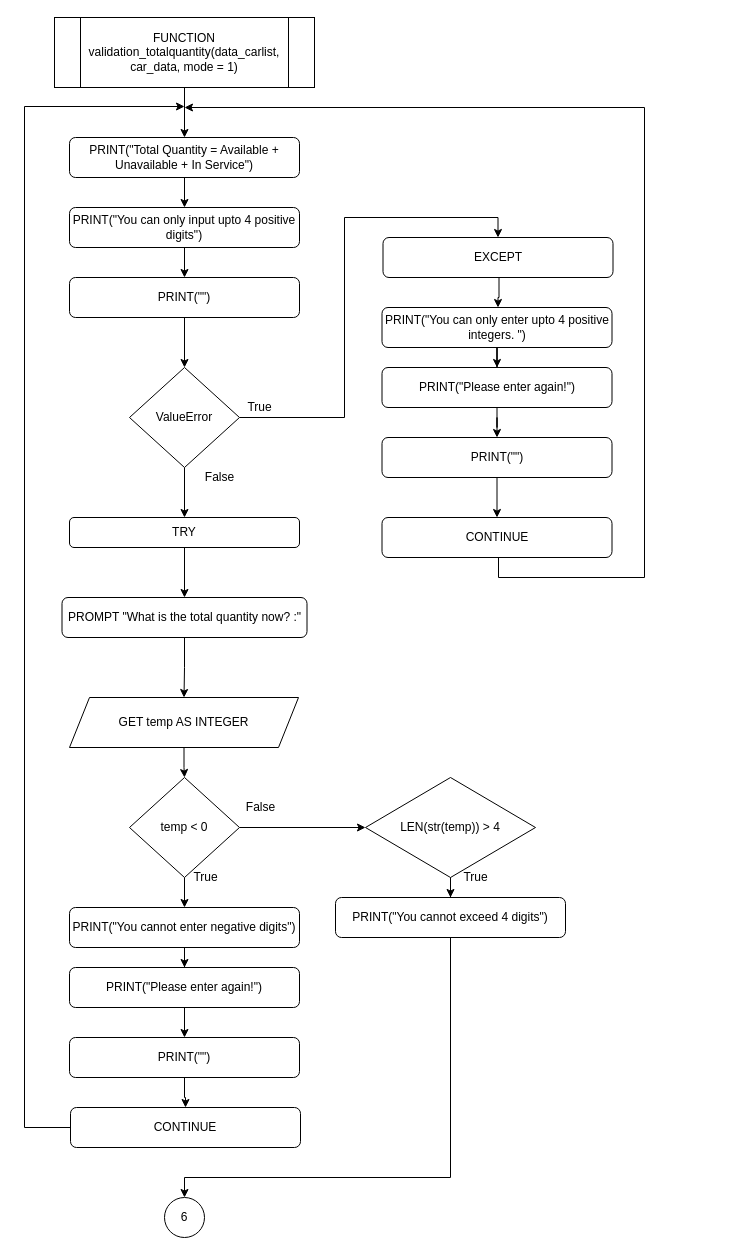
Above: page "Page-1" (1 of 2) of Flowchart/default/validation_totalquantity.drawio in RabbitBear00/Car-Rental-System (draw.io), before the change. Source tidied: cells renumbered, new cells numbered last; positions are measured from the earlier drawing's top-left corner, leaving out a move shared by most shapes. Both pictures are drawn from the tidied source at 100%, with x=0, y=0 at pixel (24, 17).
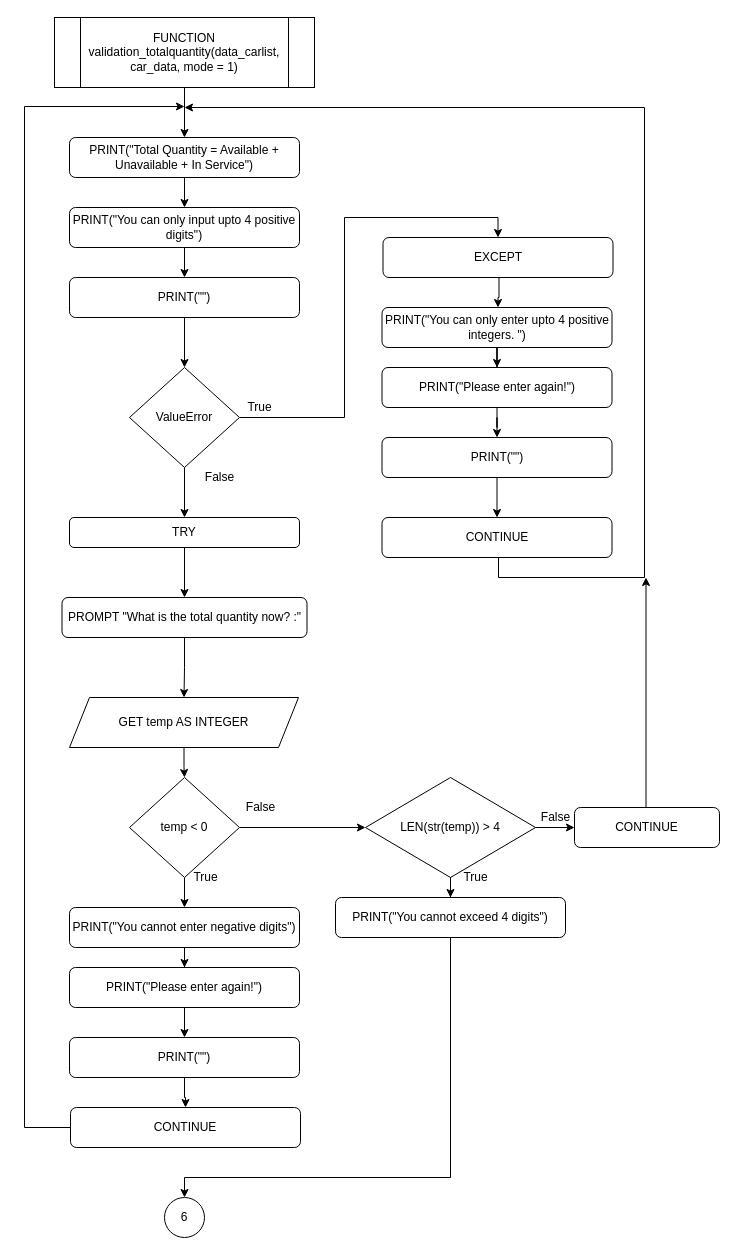
Above is the later version.

The change refers to these unchanged cells:
```xml
<mxCell id="34" value="LEN(str(temp)) &gt; 4" style="rhombus;whiteSpace=wrap;html=1;" parent="1" vertex="1">
  <mxGeometry x="341" y="760" width="170" height="100" as="geometry" />
</mxCell>
```

Diff of the diagram source:
```diff
@@
+    <mxCell id="50" style="edgeStyle=orthogonalEdgeStyle;rounded=0;jettySize=auto;html=1;entryX=0;entryY=0.5;entryDx=0;entryDy=0;" parent="1" edge="1" source="34" target="52">
+      <mxGeometry relative="1" as="geometry" />
+    </mxCell>
@@
+    <mxCell id="51" style="edgeStyle=orthogonalEdgeStyle;rounded=0;orthogonalLoop=1;jettySize=auto;html=1;" parent="1" edge="1">
+      <mxGeometry relative="1" as="geometry">
+        <mxPoint x="621.5" y="790" as="sourcePoint" />
+        <mxPoint x="621.5" y="560" as="targetPoint" />
+      </mxGeometry>
+    </mxCell>
+    <mxCell id="52" value="CONTINUE" style="rounded=1;whiteSpace=wrap;html=1;" parent="1" vertex="1">
+      <mxGeometry x="550" y="790" width="145" height="40" as="geometry" />
+    </mxCell>
+    <mxCell id="53" value="False" style="text;html=1;align=center;verticalAlign=middle;strokeColor=none;" parent="1" vertex="1">
+      <mxGeometry x="511" y="790" width="40" height="20" as="geometry" />
+    </mxCell>
```
